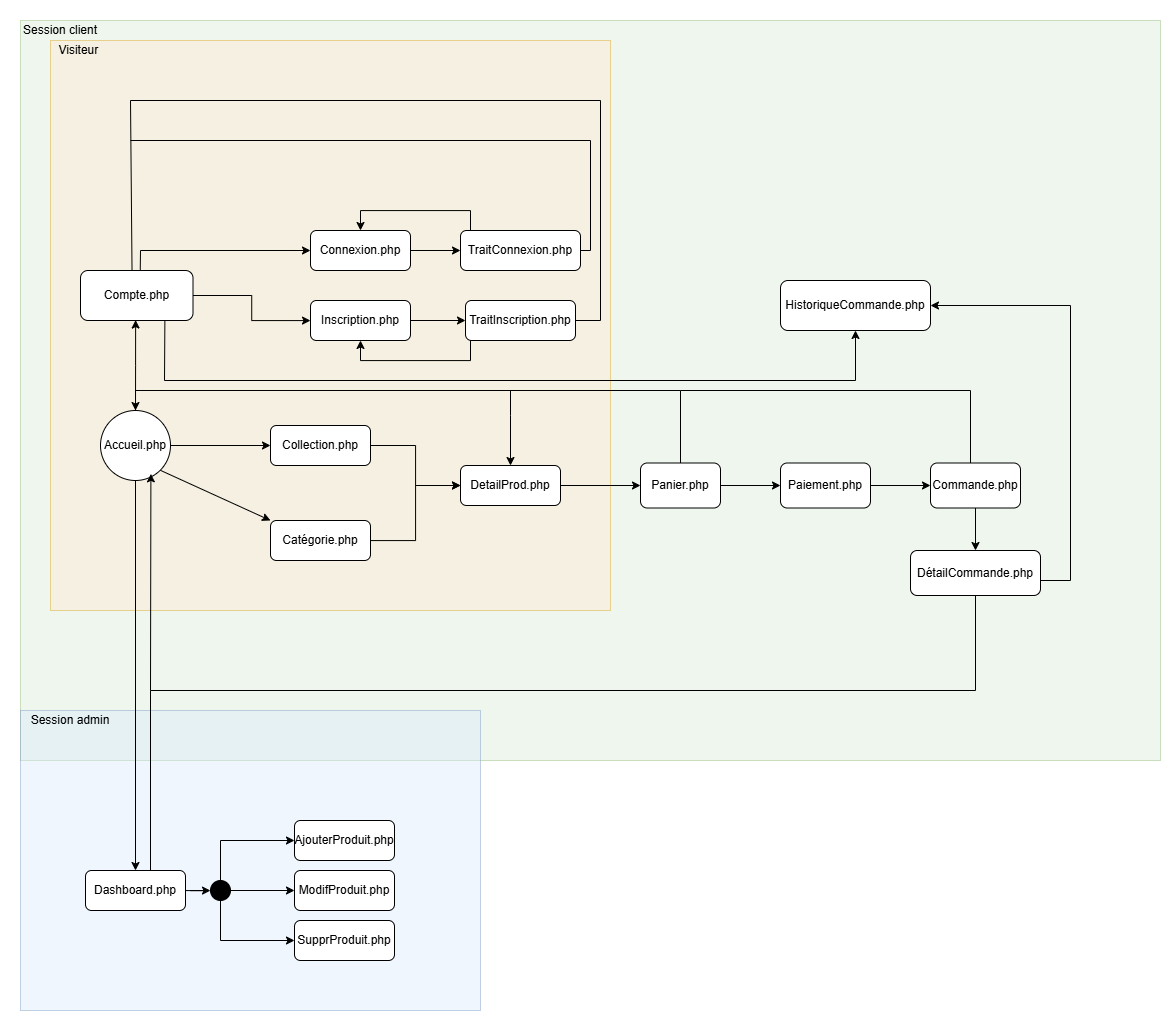
IUT-Blagnac/sae-3-01-devapp-2024-2025-g1b6 keeps this draw.io diagram as documentation/diagramme/diagramme_navigation.png. Above is the earlier version. Source tidied: cells renumbered, new cells last; positions are measured from the earlier drawing's top-left corner, leaving out a move shared by most shapes.
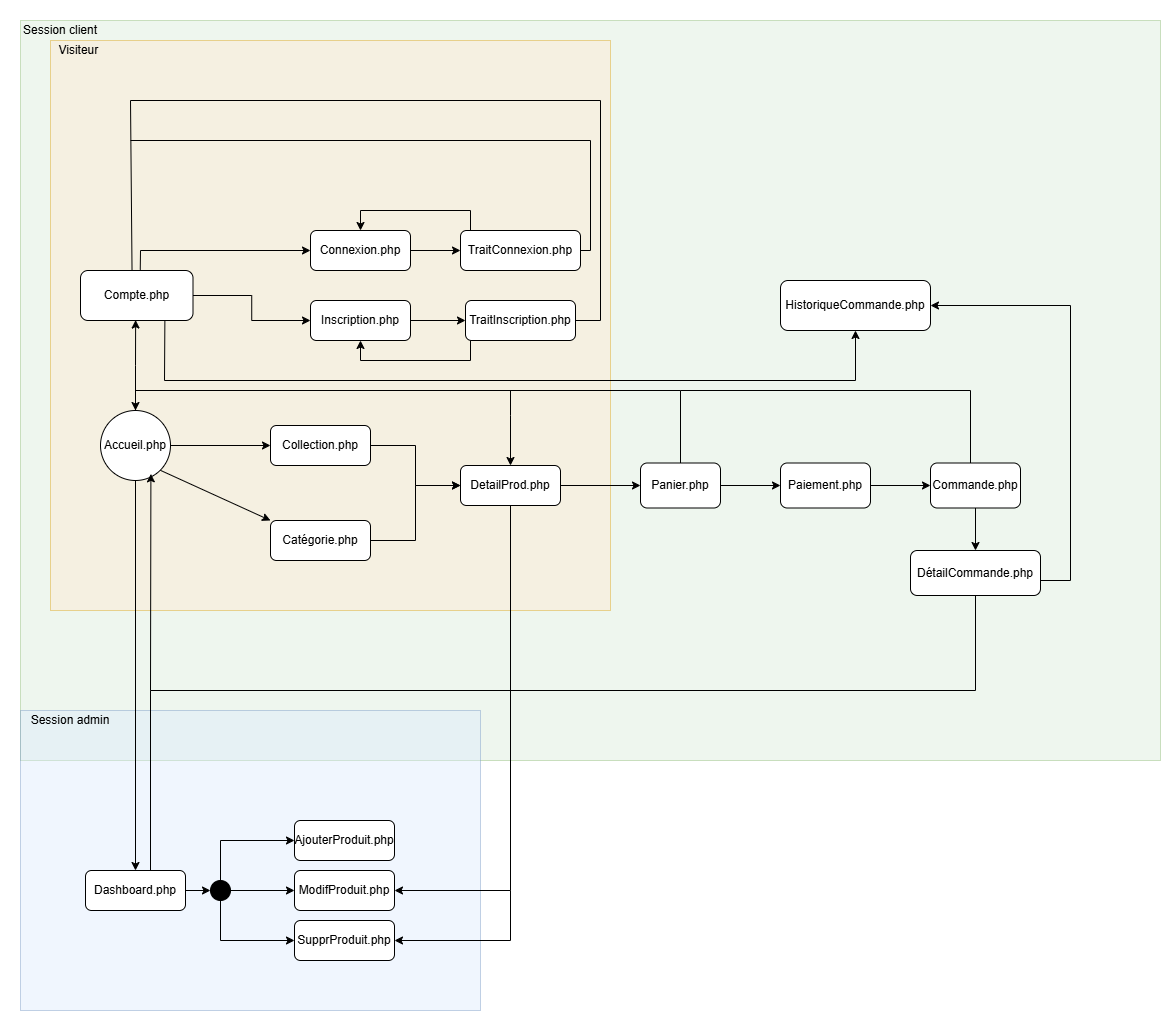
The same diagram one commit later.

Commit message:
modif diagramme

The edit, as a diff of the source:
```diff
@@ -278,5 +278,20 @@
     <mxCell id="64" value="Session client" style="rounded=0;whiteSpace=wrap;html=1;opacity=0;" parent="1" vertex="1">
       <mxGeometry width="120" height="60" as="geometry" />
     </mxCell>
+    <mxCell id="65" style="endArrow=classic;html=1;rounded=0;exitX=0.5;exitY=1;exitDx=0;exitDy=0;entryX=1;entryY=0.5;entryDx=0;entryDy=0;" parent="1" edge="1" source="16" target="39">
+      <mxGeometry relative="1" as="geometry">
+        <Array as="points">
+          <mxPoint x="510" y="890" />
+        </Array>
+      </mxGeometry>
+    </mxCell>
+    <mxCell id="66" style="endArrow=classic;html=1;rounded=0;entryX=1;entryY=0.5;entryDx=0;entryDy=0;" parent="1" edge="1" target="40">
+      <mxGeometry relative="1" as="geometry">
+        <mxPoint x="510" y="890" as="sourcePoint" />
+        <Array as="points">
+          <mxPoint x="510" y="940" />
+        </Array>
+      </mxGeometry>
+    </mxCell>
   </root>
 </mxGraphModel>
```
